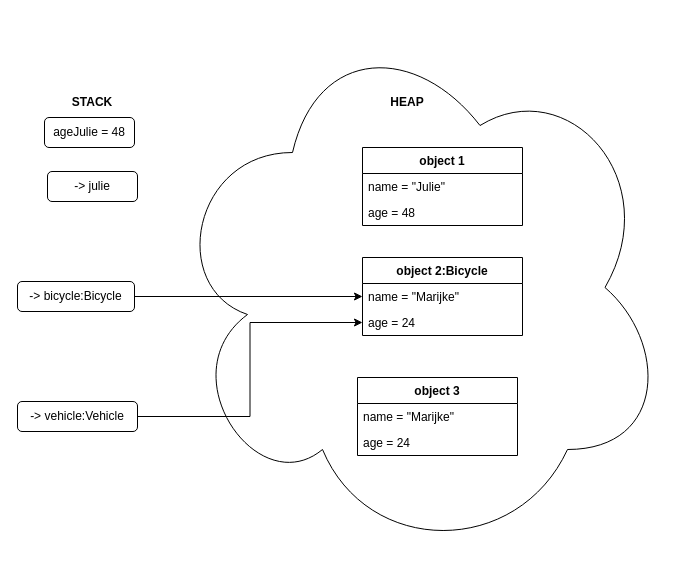
This is page "Copy of Page-1" (2 of 11) of cursuso.drawio from bartvoet/uccl-basis-programmeren-step-by-step, a draw.io file, before an edit. Source tidied: cells renumbered, new cells numbered last; positions are measured from the earlier drawing's top-left corner, leaving out a move shared by most shapes. Both pictures are drawn from the tidied source at 100%, with x=0, y=0 at pixel (17, 17).
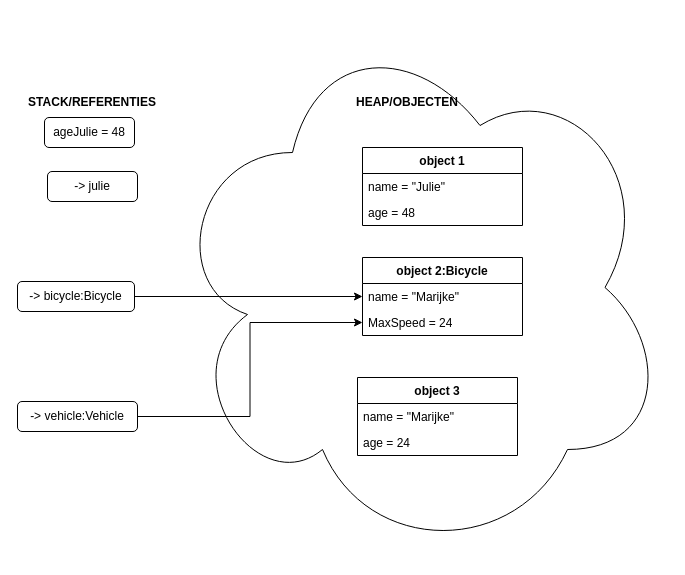
After the change.

Diff of the diagram source:
```diff
@@
 <mxGraphModel>
   <root>
     <mxCell id="0" />
     <mxCell id="1" parent="0" />
     <mxCell id="2" style="ellipse;shape=cloud;whiteSpace=wrap;html=1;" parent="1" vertex="1">
       <mxGeometry x="150" width="500" height="540" as="geometry" />
     </mxCell>
     <mxCell id="3" value="-&amp;gt; julie" style="rounded=1;whiteSpace=wrap;html=1;" parent="1" vertex="1">
       <mxGeometry x="30" y="154" width="90" height="30" as="geometry" />
     </mxCell>
     <mxCell id="4" style="edgeStyle=orthogonalEdgeStyle;rounded=0;jettySize=auto;html=1;entryX=0;entryY=0.5;entryDx=0;entryDy=0;" parent="1" edge="1" source="5" target="10">
       <mxGeometry relative="1" as="geometry" />
     </mxCell>
     <mxCell id="5" value="-&amp;gt; bicycle:Bicycle" style="rounded=1;whiteSpace=wrap;html=1;" parent="1" vertex="1">
       <mxGeometry y="264" width="117" height="30" as="geometry" />
     </mxCell>
     <mxCell id="6" value="object 1" style="swimlane;fontStyle=1;align=center;verticalAlign=top;horizontal=1;startSize=26;whiteSpace=wrap;html=1;" parent="1" vertex="1">
       <mxGeometry x="345" y="130" width="160" height="78" as="geometry" />
     </mxCell>
     <mxCell id="7" value="name = &quot;Julie&quot;" style="text;strokeColor=none;fillColor=none;align=left;verticalAlign=top;spacingLeft=4;spacingRight=4;overflow=hidden;whiteSpace=wrap;html=1;" parent="6" vertex="1">
       <mxGeometry y="26" width="160" height="26" as="geometry" />
     </mxCell>
     <mxCell id="8" value="age = 48" style="text;strokeColor=none;fillColor=none;align=left;verticalAlign=top;spacingLeft=4;spacingRight=4;overflow=hidden;whiteSpace=wrap;html=1;" parent="6" vertex="1">
       <mxGeometry y="52" width="160" height="26" as="geometry" />
     </mxCell>
     <mxCell id="9" value="object 2:Bicycle" style="swimlane;fontStyle=1;align=center;verticalAlign=top;horizontal=1;startSize=26;whiteSpace=wrap;html=1;" parent="1" vertex="1">
       <mxGeometry x="345" y="240" width="160" height="78" as="geometry" />
     </mxCell>
     <mxCell id="10" value="name = &quot;Marijke&quot;" style="text;strokeColor=none;fillColor=none;align=left;verticalAlign=top;spacingLeft=4;spacingRight=4;overflow=hidden;points=[[0,0.5],[1,0.5]];portConstraint=eastwest;whiteSpace=wrap;html=1;" parent="9" vertex="1">
       <mxGeometry y="26" width="160" height="26" as="geometry" />
     </mxCell>
-    <mxCell id="11" value="age = 24" style="text;strokeColor=none;fillColor=none;align=left;verticalAlign=top;spacingLeft=4;spacingRight=4;overflow=hidden;points=[[0,0.5],[1,0.5]];portConstraint=eastwest;whiteSpace=wrap;html=1;" parent="9" vertex="1">
+    <mxCell id="11" value="MaxSpeed = 24" style="text;strokeColor=none;fillColor=none;align=left;verticalAlign=top;spacingLeft=4;spacingRight=4;overflow=hidden;points=[[0,0.5],[1,0.5]];portConstraint=eastwest;whiteSpace=wrap;html=1;" parent="9" vertex="1">
       <mxGeometry y="52" width="160" height="26" as="geometry" />
     </mxCell>
-    <mxCell id="12" value="HEAP" style="text;html=1;align=center;verticalAlign=middle;whiteSpace=wrap;rounded=0;fontStyle=1;" parent="1" vertex="1">
+    <mxCell id="12" value="HEAP/OBJECTEN" style="text;html=1;align=center;verticalAlign=middle;whiteSpace=wrap;rounded=0;fontStyle=1;" parent="1" vertex="1">
       <mxGeometry x="360" y="70" width="60" height="30" as="geometry" />
     </mxCell>
-    <mxCell id="13" value="STACK" style="text;html=1;align=center;verticalAlign=middle;whiteSpace=wrap;rounded=0;fontStyle=1;" parent="1" vertex="1">
+    <mxCell id="13" value="STACK/REFERENTIES" style="text;html=1;align=center;verticalAlign=middle;whiteSpace=wrap;rounded=0;fontStyle=1;" parent="1" vertex="1">
       <mxGeometry x="45" y="70" width="60" height="30" as="geometry" />
     </mxCell>
     <mxCell id="14" style="edgeStyle=orthogonalEdgeStyle;rounded=0;jettySize=auto;html=1;entryX=0;entryY=0.5;entryDx=0;entryDy=0;exitX=1;exitY=0.5;exitDx=0;exitDy=0;" parent="1" edge="1" source="15" target="11">
       <mxGeometry relative="1" as="geometry" />
     </mxCell>
     <mxCell id="15" value="-&amp;gt; vehicle:Vehicle" style="rounded=1;whiteSpace=wrap;html=1;" parent="1" vertex="1">
       <mxGeometry y="384" width="120" height="30" as="geometry" />
     </mxCell>
     <mxCell id="16" value="object 3" style="swimlane;fontStyle=1;align=center;verticalAlign=top;horizontal=1;startSize=26;whiteSpace=wrap;html=1;" parent="1" vertex="1">
       <mxGeometry x="340" y="360" width="160" height="78" as="geometry" />
     </mxCell>
     <mxCell id="17" value="name = &quot;Marijke&quot;" style="text;strokeColor=none;fillColor=none;align=left;verticalAlign=top;spacingLeft=4;spacingRight=4;overflow=hidden;whiteSpace=wrap;html=1;" parent="16" vertex="1">
       <mxGeometry y="26" width="160" height="26" as="geometry" />
     </mxCell>
     <mxCell id="18" value="age = 24" style="text;strokeColor=none;fillColor=none;align=left;verticalAlign=top;spacingLeft=4;spacingRight=4;overflow=hidden;whiteSpace=wrap;html=1;" parent="16" vertex="1">
       <mxGeometry y="52" width="160" height="26" as="geometry" />
     </mxCell>
     <mxCell id="19" value="ageJulie = 48" style="rounded=1;whiteSpace=wrap;html=1;" parent="1" vertex="1">
       <mxGeometry x="27" y="100" width="90" height="30" as="geometry" />
     </mxCell>
   </root>
 </mxGraphModel>
```
